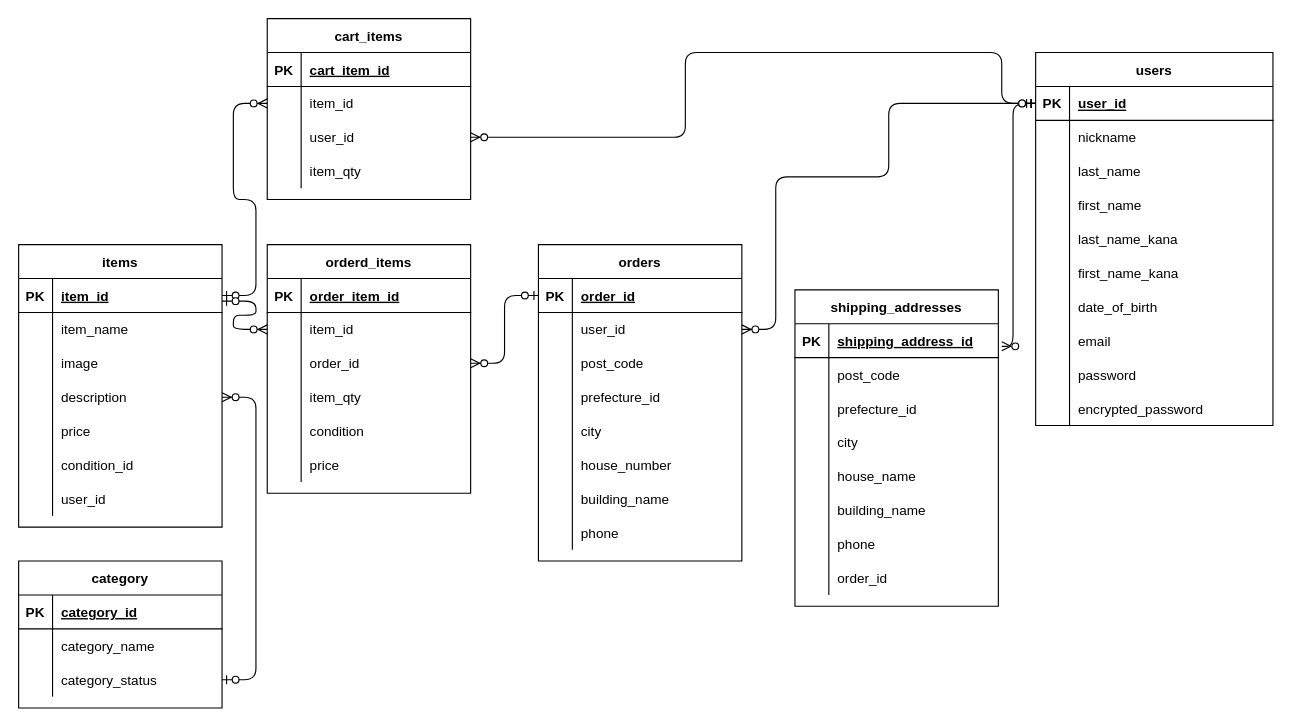
Above: ER.dio in fuosa/smartglutton (draw.io), before the change. Source tidied: cells renumbered, new cells numbered last; positions are measured from the earlier drawing's top-left corner, leaving out a move shared by most shapes. Both pictures are drawn from the tidied source at 113%, with x=0, y=0 at pixel (18, 18).
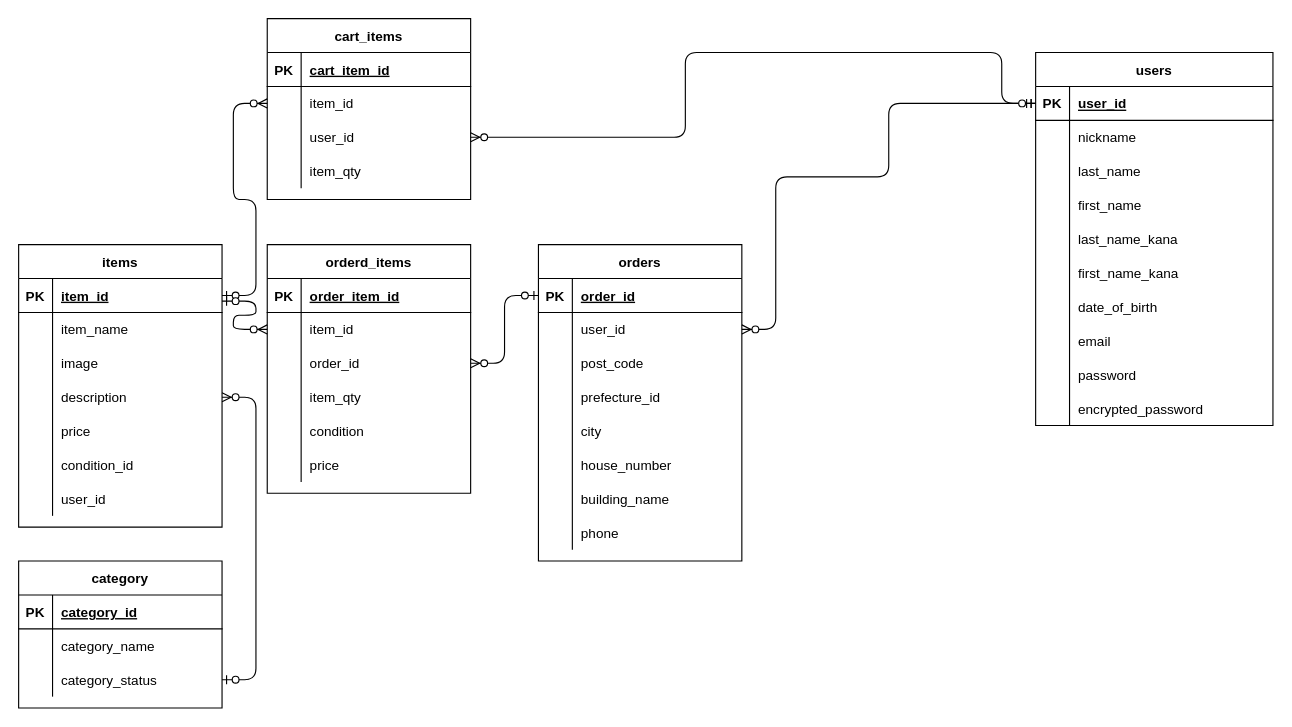
The same page after the edit.

The change refers to these unchanged cells:
```xml
<mxCell id="3" style="shape=partialRectangle;fillColor=none;top=0;left=0;bottom=1;right=0;points=[[0,0.5],[1,0.5]];portConstraint=eastwest;" parent="2" vertex="1">
  <mxGeometry y="30" width="210" height="30" as="geometry" />
</mxCell>
```

Change to the diagram source:
```diff
@@
-    <mxCell id="112" value="shipping_addresses" style="shape=table;startSize=30;childLayout=tableLayout;rowLines=0;fontStyle=1;align=center;" parent="1" vertex="1">
-      <mxGeometry x="687" y="240" width="180" height="280" as="geometry" />
-    </mxCell>
-    <mxCell id="113" style="shape=partialRectangle;fillColor=none;top=0;left=0;bottom=1;right=0;" parent="112" vertex="1">
-      <mxGeometry y="30" width="180" height="30" as="geometry" />
-    </mxCell>
-    <mxCell id="114" value="PK" style="shape=partialRectangle;fillColor=none;top=0;left=0;bottom=0;right=0;fontStyle=1;overflow=hidden;" parent="113" vertex="1">
-      <mxGeometry width="30" height="30" as="geometry" />
-    </mxCell>
-    <mxCell id="115" value="shipping_address_id" style="shape=partialRectangle;fillColor=none;top=0;left=0;bottom=0;right=0;align=left;spacingLeft=6;fontStyle=5;overflow=hidden;" parent="113" vertex="1">
-      <mxGeometry x="30" width="150" height="30" as="geometry" />
-    </mxCell>
-    <mxCell id="116" style="shape=partialRectangle;fillColor=none;top=0;left=0;bottom=0;right=0;" parent="112" vertex="1">
-      <mxGeometry y="60" width="180" height="30" as="geometry" />
-    </mxCell>
-    <mxCell id="117" style="shape=partialRectangle;fillColor=none;top=0;left=0;bottom=0;right=0;overflow=hidden;" parent="116" vertex="1">
-      <mxGeometry width="30" height="30" as="geometry" />
-    </mxCell>
-    <mxCell id="118" value="post_code" style="shape=partialRectangle;fillColor=none;top=0;left=0;bottom=0;right=0;align=left;spacingLeft=6;overflow=hidden;" parent="116" vertex="1">
-      <mxGeometry x="30" width="150" height="30" as="geometry" />
-    </mxCell>
-    <mxCell id="119" style="shape=partialRectangle;fillColor=none;top=0;left=0;bottom=0;right=0;" parent="112" vertex="1">
-      <mxGeometry y="90" width="180" height="30" as="geometry" />
-    </mxCell>
-    <mxCell id="120" style="shape=partialRectangle;fillColor=none;top=0;left=0;bottom=0;right=0;overflow=hidden;" parent="119" vertex="1">
-      <mxGeometry width="30" height="30" as="geometry" />
-    </mxCell>
-    <mxCell id="121" value="prefecture_id" style="shape=partialRectangle;fillColor=none;top=0;left=0;bottom=0;right=0;align=left;spacingLeft=6;overflow=hidden;" parent="119" vertex="1">
-      <mxGeometry x="30" width="150" height="30" as="geometry" />
-    </mxCell>
-    <mxCell id="122" style="shape=partialRectangle;fillColor=none;top=0;left=0;bottom=0;right=0;" parent="112" vertex="1">
-      <mxGeometry y="120" width="180" height="30" as="geometry" />
-    </mxCell>
-    <mxCell id="123" style="shape=partialRectangle;fillColor=none;top=0;left=0;bottom=0;right=0;overflow=hidden;" parent="122" vertex="1">
-      <mxGeometry width="30" height="30" as="geometry" />
-    </mxCell>
-    <mxCell id="124" value="city" style="shape=partialRectangle;fillColor=none;top=0;left=0;bottom=0;right=0;align=left;spacingLeft=6;overflow=hidden;" parent="122" vertex="1">
-      <mxGeometry x="30" width="150" height="30" as="geometry" />
-    </mxCell>
-    <mxCell id="125" style="shape=partialRectangle;fillColor=none;top=0;left=0;bottom=0;right=0;" parent="112" vertex="1">
-      <mxGeometry y="150" width="180" height="30" as="geometry" />
-    </mxCell>
-    <mxCell id="126" style="shape=partialRectangle;fillColor=none;top=0;left=0;bottom=0;right=0;overflow=hidden;" parent="125" vertex="1">
-      <mxGeometry width="30" height="30" as="geometry" />
-    </mxCell>
-    <mxCell id="127" value="house_name" style="shape=partialRectangle;fillColor=none;top=0;left=0;bottom=0;right=0;align=left;spacingLeft=6;overflow=hidden;" parent="125" vertex="1">
-      <mxGeometry x="30" width="150" height="30" as="geometry" />
-    </mxCell>
-    <mxCell id="128" style="shape=partialRectangle;fillColor=none;top=0;left=0;bottom=0;right=0;" parent="112" vertex="1">
-      <mxGeometry y="180" width="180" height="30" as="geometry" />
-    </mxCell>
-    <mxCell id="129" style="shape=partialRectangle;fillColor=none;top=0;left=0;bottom=0;right=0;overflow=hidden;" parent="128" vertex="1">
-      <mxGeometry width="30" height="30" as="geometry" />
-    </mxCell>
-    <mxCell id="130" value="building_name" style="shape=partialRectangle;fillColor=none;top=0;left=0;bottom=0;right=0;align=left;spacingLeft=6;overflow=hidden;" parent="128" vertex="1">
-      <mxGeometry x="30" width="150" height="30" as="geometry" />
-    </mxCell>
-    <mxCell id="131" style="shape=partialRectangle;fillColor=none;top=0;left=0;bottom=0;right=0;" parent="112" vertex="1">
-      <mxGeometry y="210" width="180" height="30" as="geometry" />
-    </mxCell>
-    <mxCell id="132" style="shape=partialRectangle;fillColor=none;top=0;left=0;bottom=0;right=0;overflow=hidden;" parent="131" vertex="1">
-      <mxGeometry width="30" height="30" as="geometry" />
-    </mxCell>
-    <mxCell id="133" value="phone" style="shape=partialRectangle;fillColor=none;top=0;left=0;bottom=0;right=0;align=left;spacingLeft=6;overflow=hidden;" parent="131" vertex="1">
-      <mxGeometry x="30" width="150" height="30" as="geometry" />
-    </mxCell>
-    <mxCell id="134" style="shape=partialRectangle;fillColor=none;top=0;left=0;bottom=0;right=0;" parent="112" vertex="1">
-      <mxGeometry y="240" width="180" height="30" as="geometry" />
-    </mxCell>
-    <mxCell id="135" style="shape=partialRectangle;fillColor=none;top=0;left=0;bottom=0;right=0;overflow=hidden;" parent="134" vertex="1">
-      <mxGeometry width="30" height="30" as="geometry" />
-    </mxCell>
-    <mxCell id="136" value="order_id" style="shape=partialRectangle;fillColor=none;top=0;left=0;bottom=0;right=0;align=left;spacingLeft=6;overflow=hidden;" parent="134" vertex="1">
-      <mxGeometry x="30" width="150" height="30" as="geometry" />
-    </mxCell>
@@
-    <mxCell id="153" style="edgeStyle=orthogonalEdgeStyle;fontSize=12;html=1;endArrow=ERzeroToMany;startArrow=ERzeroToOne;exitX=0;exitY=0.5;exitDx=0;exitDy=0;" parent="1" edge="1" source="3">
-      <mxGeometry relative="1" as="geometry">
-        <mxPoint x="870" y="290" as="targetPoint" />
-        <Array as="points">
-          <mxPoint x="880" y="75" />
-          <mxPoint x="880" y="290" />
-        </Array>
-      </mxGeometry>
-    </mxCell>
```
